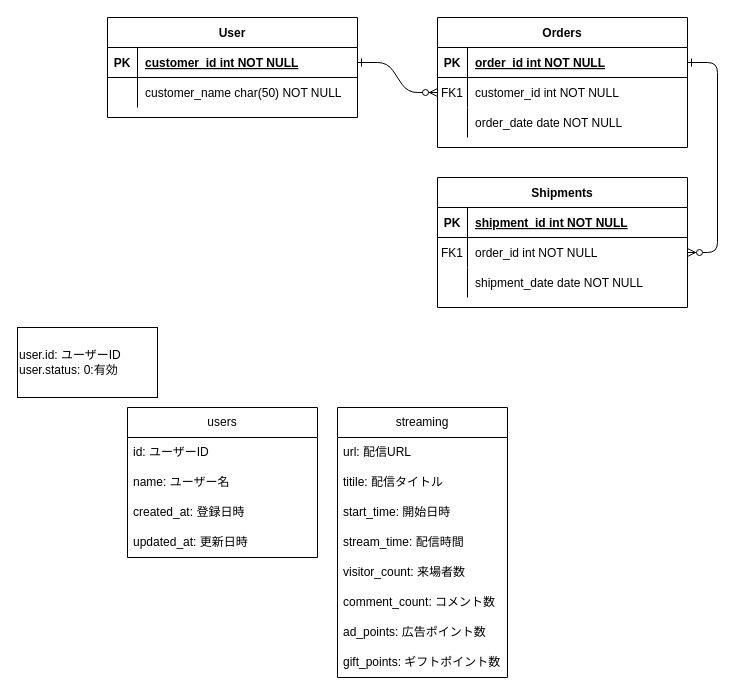
The draw.io diagram 名称未設定ファイル.drawio in MASA20201203/nicodb-scraping, before the edit. Source tidied: cells renumbered, new cells numbered last; positions are measured from the earlier drawing's top-left corner, leaving out a move shared by most shapes. Both pictures are drawn from the tidied source at 100%, with x=0, y=0 at pixel (17, 17).
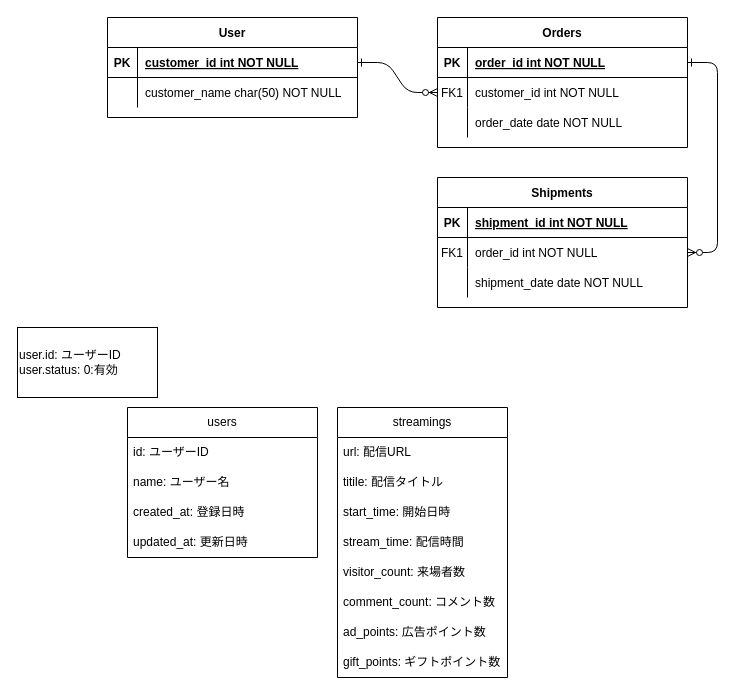
The same page after the edit.

Commit message:
streamings（複数形）にテーブル名を変更

What changed in the source:
```diff
@@
-    <mxCell id="37" value="streaming" style="swimlane;fontStyle=0;horizontal=1;startSize=30;whiteSpace=wrap;html=1;" parent="1" vertex="1">
+    <mxCell id="37" value="streamings" style="swimlane;fontStyle=0;horizontal=1;startSize=30;whiteSpace=wrap;html=1;" parent="1" vertex="1">
       <mxGeometry x="320" y="390" width="170" height="270" as="geometry" />
     </mxCell>
```
